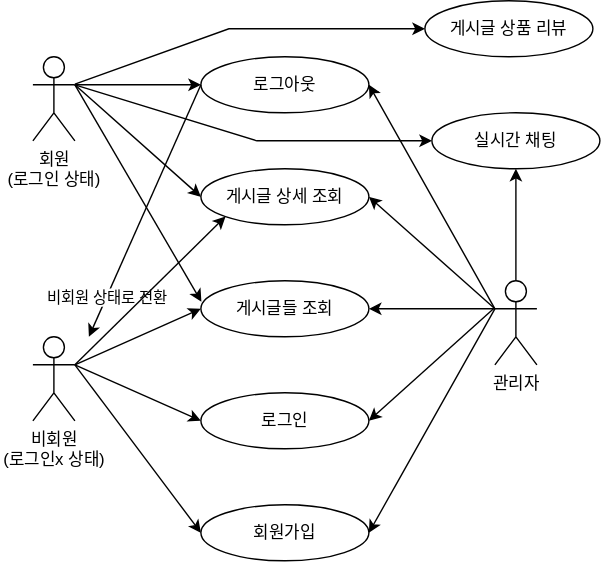
1Dohyeon/RentEase keeps this draw.io diagram as docs/usecase/usecase.drawio.svg. Above is the earlier version. Source tidied: cells renumbered, new cells last; positions are measured from the earlier drawing's top-left corner, leaving out a move shared by most shapes.
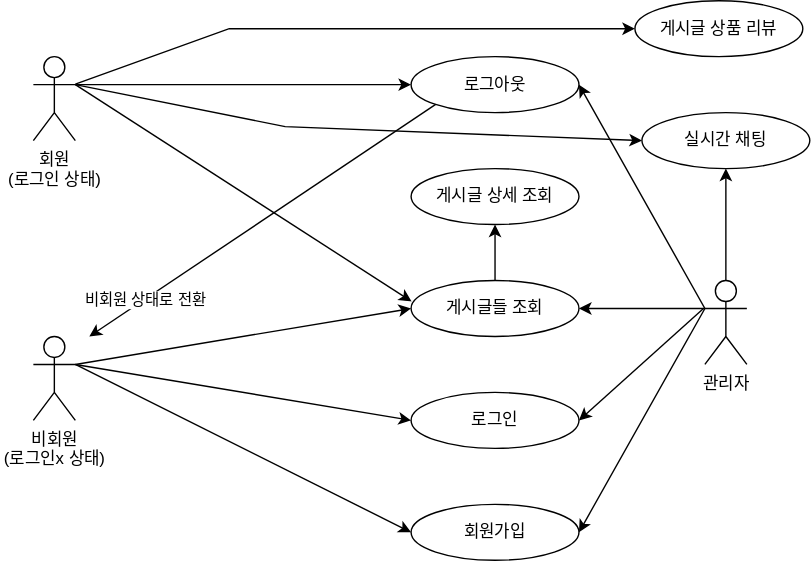
After the commit.

Commit message:
docs: usecase 업데이트

What changed in the source:
```diff
@@ -3,10 +3,10 @@
     <mxCell id="0" />
     <mxCell id="1" parent="0" />
     <mxCell id="2" value="회원&lt;div&gt;(로그인 상태)&lt;/div&gt;" style="shape=umlActor;verticalLabelPosition=bottom;verticalAlign=top;html=1;outlineConnect=0;" parent="1" vertex="1">
-      <mxGeometry y="40" width="30" height="60" as="geometry" />
+      <mxGeometry x="-150" y="40" width="30" height="60" as="geometry" />
     </mxCell>
     <mxCell id="3" value="비회원&lt;div&gt;(로그인x 상태)&lt;/div&gt;" style="shape=umlActor;verticalLabelPosition=bottom;verticalAlign=top;html=1;" parent="1" vertex="1">
-      <mxGeometry y="240" width="30" height="60" as="geometry" />
+      <mxGeometry x="-150" y="240" width="30" height="60" as="geometry" />
     </mxCell>
     <mxCell id="4" value="로그인" style="ellipse;whiteSpace=wrap;html=1;" parent="1" vertex="1">
       <mxGeometry x="120" y="280" width="120" height="40" as="geometry" />
@@ -22,48 +22,41 @@
     </mxCell>
     <mxCell id="8" style="endArrow=classic;html=1;rounded=0;entryX=0;entryY=0.5;entryDx=0;entryDy=0;" parent="1" edge="1" target="4">
       <mxGeometry relative="1" as="geometry">
-        <mxPoint x="30" y="260" as="sourcePoint" />
+        <mxPoint x="-120" y="260" as="sourcePoint" />
       </mxGeometry>
     </mxCell>
     <mxCell id="9" style="endArrow=classic;html=1;rounded=0;entryX=0;entryY=0.5;entryDx=0;entryDy=0;" parent="1" edge="1" target="5">
       <mxGeometry relative="1" as="geometry">
-        <mxPoint x="30" y="260" as="sourcePoint" />
+        <mxPoint x="-120" y="260" as="sourcePoint" />
       </mxGeometry>
     </mxCell>
-    <mxCell id="10" style="endArrow=classic;html=1;rounded=0;exitX=0;exitY=0.5;exitDx=0;exitDy=0;" parent="1" edge="1" source="6">
+    <mxCell id="10" style="endArrow=classic;html=1;rounded=0;exitX=0;exitY=1;exitDx=0;exitDy=0;" parent="1" edge="1" source="6">
       <mxGeometry relative="1" as="geometry">
-        <mxPoint x="40" y="240" as="targetPoint" />
+        <mxPoint x="-110" y="240" as="targetPoint" />
       </mxGeometry>
     </mxCell>
     <mxCell id="11" value="비회원 상태로 전환" style="edgeLabel;html=1;align=center;verticalAlign=middle;" parent="10" vertex="1">
       <mxGeometry x="0.68" relative="1" as="geometry" />
     </mxCell>
+    <mxCell id="29" style="edgeStyle=orthogonalEdgeStyle;rounded=0;jettySize=auto;html=1;exitX=0.5;exitY=0;exitDx=0;exitDy=0;entryX=0.5;entryY=1;entryDx=0;entryDy=0;" parent="1" edge="1" source="12" target="15">
+      <mxGeometry relative="1" as="geometry" />
+    </mxCell>
     <mxCell id="12" value="게시글들 조회" style="ellipse;whiteSpace=wrap;html=1;" parent="1" vertex="1">
       <mxGeometry x="120" y="200" width="120" height="40" as="geometry" />
     </mxCell>
     <mxCell id="13" style="endArrow=classic;html=1;rounded=0;entryX=0;entryY=0.5;entryDx=0;entryDy=0;" parent="1" edge="1" target="12">
       <mxGeometry relative="1" as="geometry">
-        <mxPoint x="30" y="260" as="sourcePoint" />
+        <mxPoint x="-120" y="260" as="sourcePoint" />
       </mxGeometry>
     </mxCell>
     <mxCell id="14" style="endArrow=classic;html=1;rounded=0;entryX=0.003;entryY=0.375;entryDx=0;entryDy=0;entryPerimeter=0;" parent="1" edge="1" target="12">
       <mxGeometry relative="1" as="geometry">
-        <mxPoint x="30" y="60" as="sourcePoint" />
+        <mxPoint x="-120" y="60" as="sourcePoint" />
       </mxGeometry>
     </mxCell>
     <mxCell id="15" value="게시글 상세 조회" style="ellipse;whiteSpace=wrap;html=1;" parent="1" vertex="1">
       <mxGeometry x="120" y="120" width="120" height="40" as="geometry" />
     </mxCell>
-    <mxCell id="16" style="endArrow=classic;html=1;rounded=0;entryX=0;entryY=0.5;entryDx=0;entryDy=0;" parent="1" edge="1" target="15">
-      <mxGeometry relative="1" as="geometry">
-        <mxPoint x="30" y="60" as="sourcePoint" />
-      </mxGeometry>
-    </mxCell>
-    <mxCell id="17" style="endArrow=classic;html=1;rounded=0;entryX=0;entryY=1;entryDx=0;entryDy=0;" parent="1" edge="1" target="15">
-      <mxGeometry relative="1" as="geometry">
-        <mxPoint x="30" y="260" as="sourcePoint" />
-      </mxGeometry>
-    </mxCell>
     <mxCell id="18" style="edgeStyle=orthogonalEdgeStyle;rounded=0;jettySize=auto;html=1;exitX=0.5;exitY=0;exitDx=0;exitDy=0;exitPerimeter=0;entryX=0.5;entryY=1;entryDx=0;entryDy=0;" parent="1" edge="1" source="19" target="25">
       <mxGeometry relative="1" as="geometry" />
     </mxCell>
@@ -80,9 +73,6 @@
         <mxPoint x="330" y="220" as="sourcePoint" />
       </mxGeometry>
     </mxCell>
-    <mxCell id="22" style="endArrow=classic;html=1;rounded=0;entryX=1;entryY=0.5;entryDx=0;entryDy=0;exitX=0;exitY=0.3333333333333333;exitDx=0;exitDy=0;exitPerimeter=0;" parent="1" edge="1" source="19" target="15">
-      <mxGeometry relative="1" as="geometry" />
-    </mxCell>
     <mxCell id="23" style="endArrow=classic;html=1;rounded=0;entryX=1;entryY=0.5;entryDx=0;entryDy=0;" parent="1" edge="1" target="6">
       <mxGeometry relative="1" as="geometry">
         <mxPoint x="330" y="220" as="sourcePoint" />
@@ -98,9 +88,9 @@
     </mxCell>
     <mxCell id="26" style="endArrow=classic;html=1;rounded=0;entryX=0;entryY=0.5;entryDx=0;entryDy=0;" parent="1" edge="1" target="25">
       <mxGeometry relative="1" as="geometry">
-        <mxPoint x="30" y="60" as="sourcePoint" />
+        <mxPoint x="-120" y="60" as="sourcePoint" />
         <Array as="points">
-          <mxPoint x="160" y="100" />
+          <mxPoint x="30" y="90" />
         </Array>
       </mxGeometry>
     </mxCell>
@@ -109,9 +99,9 @@
     </mxCell>
     <mxCell id="28" style="endArrow=classic;html=1;rounded=0;entryX=0;entryY=0.5;entryDx=0;entryDy=0;exitX=1;exitY=0.3333333333333333;exitDx=0;exitDy=0;exitPerimeter=0;" parent="1" edge="1" target="27">
       <mxGeometry relative="1" as="geometry">
-        <mxPoint x="30" y="59.6" as="sourcePoint" />
+        <mxPoint x="-120" y="59.6" as="sourcePoint" />
         <Array as="points">
-          <mxPoint x="140" y="20" />
+          <mxPoint x="-10" y="20" />
         </Array>
       </mxGeometry>
     </mxCell>
```
